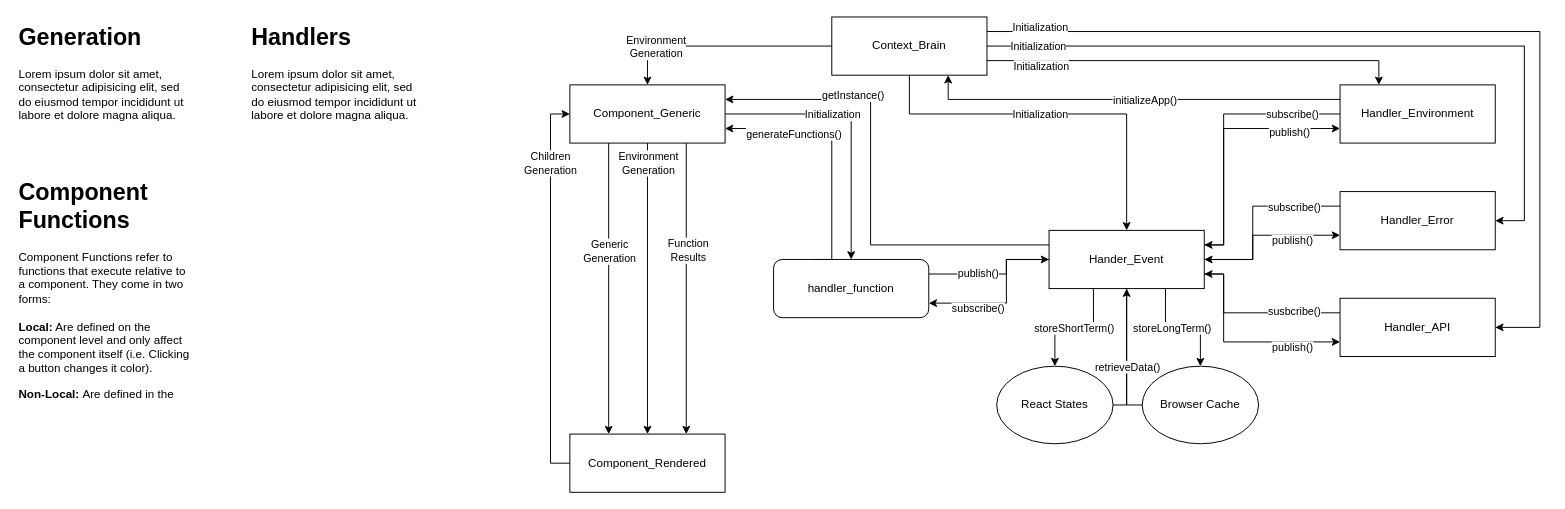
pbuieifu/License-Server-UI keeps this draw.io diagram as public/documentation/site_engine.drawio. Above is the earlier version. Source tidied: cells renumbered, new cells numbered last; positions are measured from the earlier drawing's top-left corner, leaving out a move shared by most shapes. Both pictures are drawn from the tidied source at 97%, with x=0, y=0 at pixel (16, 16).
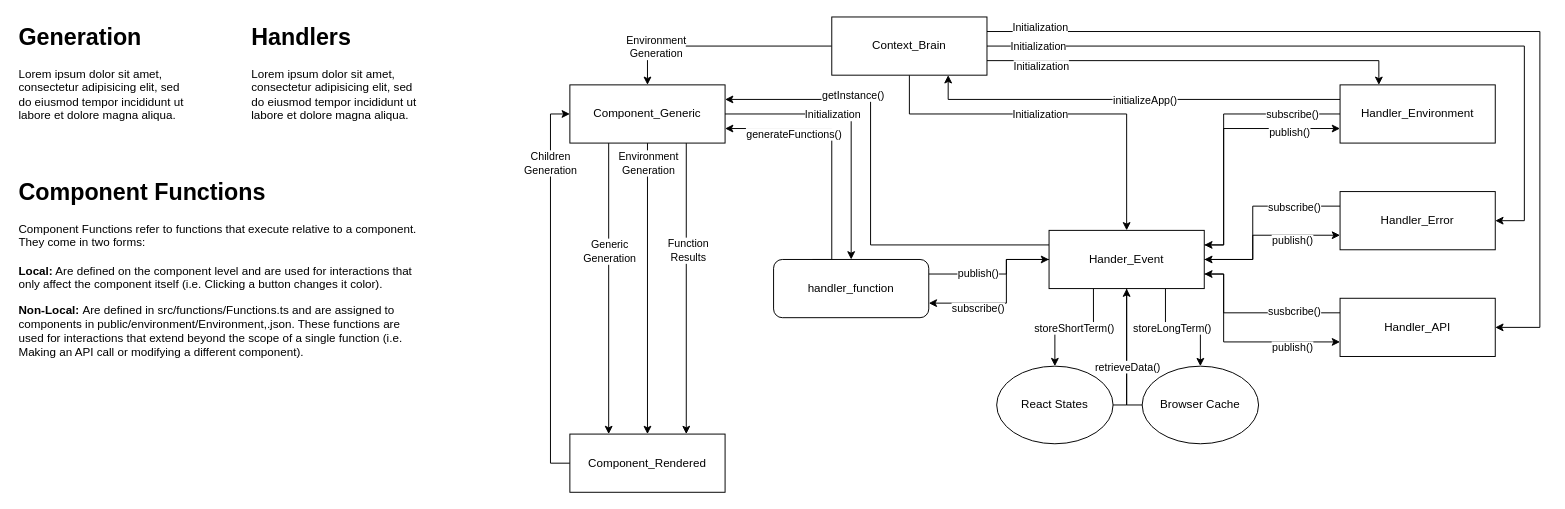
Above is the later version.

Diff of the diagram source:
```diff
@@
-    <mxCell id="62" value="&lt;h1 style=&quot;margin-top: 0px;&quot;&gt;Component Functions&lt;/h1&gt;&lt;p&gt;Component Functions refer to functions that execute relative to a component. They come in two forms:&lt;br&gt;&lt;br&gt;&lt;b&gt;Local:&lt;/b&gt; Are defined on the component level and only affect the component itself (i.e. Clicking a button changes it color).&lt;/p&gt;&lt;p&gt;&lt;b&gt;Non-Local: &lt;/b&gt;Are defined in the&amp;nbsp;&lt;/p&gt;" style="text;html=1;whiteSpace=wrap;overflow=hidden;rounded=0;" parent="1" vertex="1">
-      <mxGeometry y="160" width="180" height="270" as="geometry" />
+    <mxCell id="62" value="&lt;h1 style=&quot;margin-top: 0px;&quot;&gt;Component Functions&lt;/h1&gt;&lt;p&gt;Component Functions refer to functions that execute relative to a component. They come in two forms:&lt;br&gt;&lt;br&gt;&lt;b&gt;Local:&lt;/b&gt; Are defined on the component level and are used for interactions that only affect the component itself (i.e. Clicking a button changes it color).&lt;/p&gt;&lt;p&gt;&lt;b&gt;Non-Local: &lt;/b&gt;Are defined in src/functions/Functions.ts and are assigned to components in public/environment/Environment,.json. These functions are used for interactions that extend beyond the scope of a single function (i.e. Making an API call or modifying a different component).&lt;/p&gt;" style="text;html=1;whiteSpace=wrap;overflow=hidden;rounded=0;" parent="1" vertex="1">
+      <mxGeometry y="160" width="420" height="270" as="geometry" />
     </mxCell>
```
